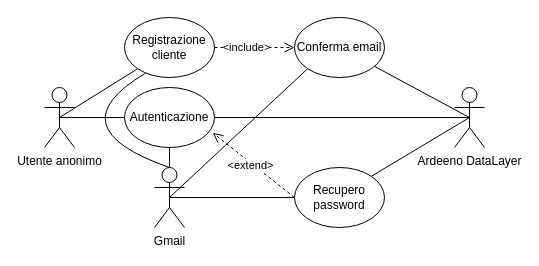
This is deliverables/d2/.media/.drawio/anonimo2.drawio from amanfucci/ardeeno-workondeliverables, a draw.io file, before an edit. Source tidied: cells renumbered, new cells numbered last; positions are measured from the earlier drawing's top-left corner, leaving out a move shared by most shapes. Both pictures are drawn from the tidied source at 100%, with x=0, y=0 at pixel (44, 17).
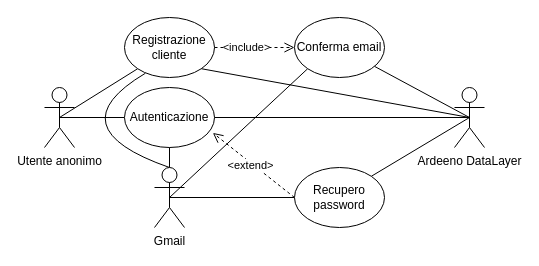
The same page after the edit.

The change refers to these unchanged cells:
```xml
<mxCell id="6" value="Registrazione cliente" style="ellipse;whiteSpace=wrap;html=1;" parent="1" vertex="1">
  <mxGeometry x="80" width="90" height="60" as="geometry" />
</mxCell>
<mxCell id="9" value="Ardeeno DataLayer" style="shape=umlActor;verticalLabelPosition=bottom;verticalAlign=top;html=1;outlineConnect=0;" parent="1" vertex="1">
  <mxGeometry x="410" y="70" width="30" height="60" as="geometry" />
</mxCell>
```

Diff of the diagram source:
```diff
@@
+    <mxCell id="20" style="edgeStyle=none;html=1;exitX=0.5;exitY=0.5;exitDx=0;exitDy=0;exitPerimeter=0;entryX=1;entryY=1;entryDx=0;entryDy=0;endArrow=none;endFill=0;" parent="1" edge="1" source="9" target="6">
+      <mxGeometry relative="1" as="geometry" />
+    </mxCell>
```
